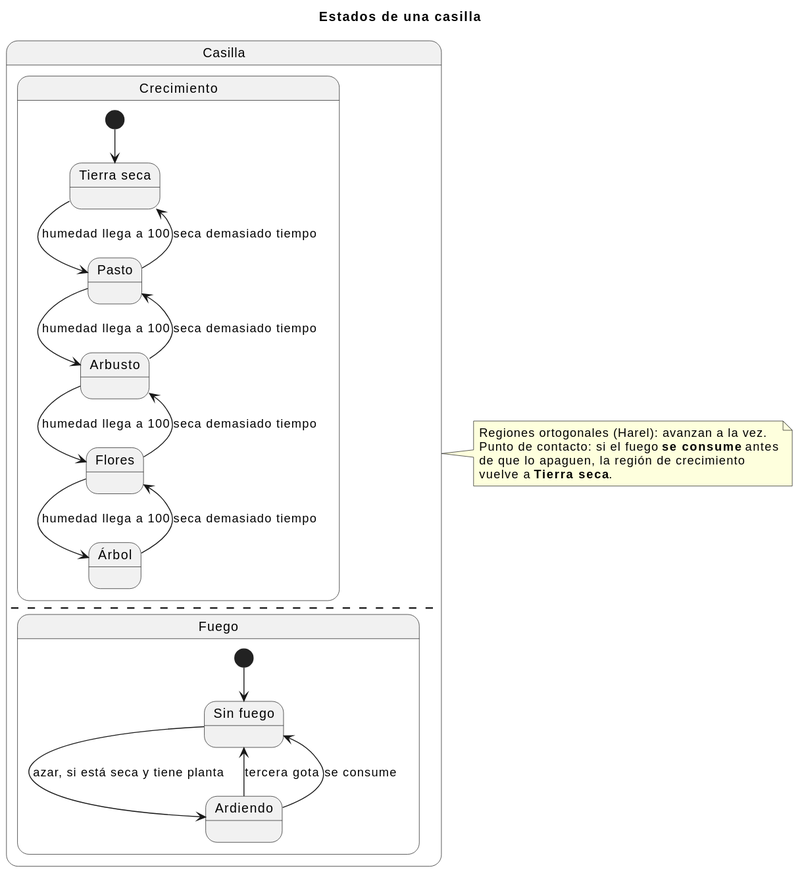
This is docs/diagrams/05-estados-casilla.svg from iadev2005/hydrovalley, a PlantUML export, as it was before one commit. The source it was exported from:
```plantuml
@startuml
title Estados de una casilla

state Casilla {
  state "Crecimiento" as Crecimiento {
    state "Tierra seca" as Seca
    state "Pasto" as Pasto
    state "Arbusto" as Arbusto
    state "Flores" as Flores
    state "Árbol" as Arbol

    [*] --> Seca
    Seca --> Pasto : humedad llega a 100
    Pasto --> Arbusto : humedad llega a 100
    Arbusto --> Flores : humedad llega a 100
    Flores --> Arbol : humedad llega a 100
    Arbol --> Flores : seca demasiado tiempo
    Flores --> Arbusto : seca demasiado tiempo
    Arbusto --> Pasto : seca demasiado tiempo
    Pasto --> Seca : seca demasiado tiempo
  }
  --
  state "Fuego" as Fuego {
    state "Sin fuego" as SinFuego
    state "Ardiendo" as Ardiendo

    [*] --> SinFuego
    SinFuego --> Ardiendo : azar, si está seca y tiene planta
    Ardiendo --> SinFuego : tercera gota
    Ardiendo --> SinFuego : se consume
  }
}

note right of Casilla
  Regiones ortogonales (Harel): avanzan a la vez.
  Punto de contacto: si el fuego <b>se consume</b> antes
  de que lo apaguen, la región de crecimiento
  vuelve a <b>Tierra seca</b>.
end note
@enduml
```
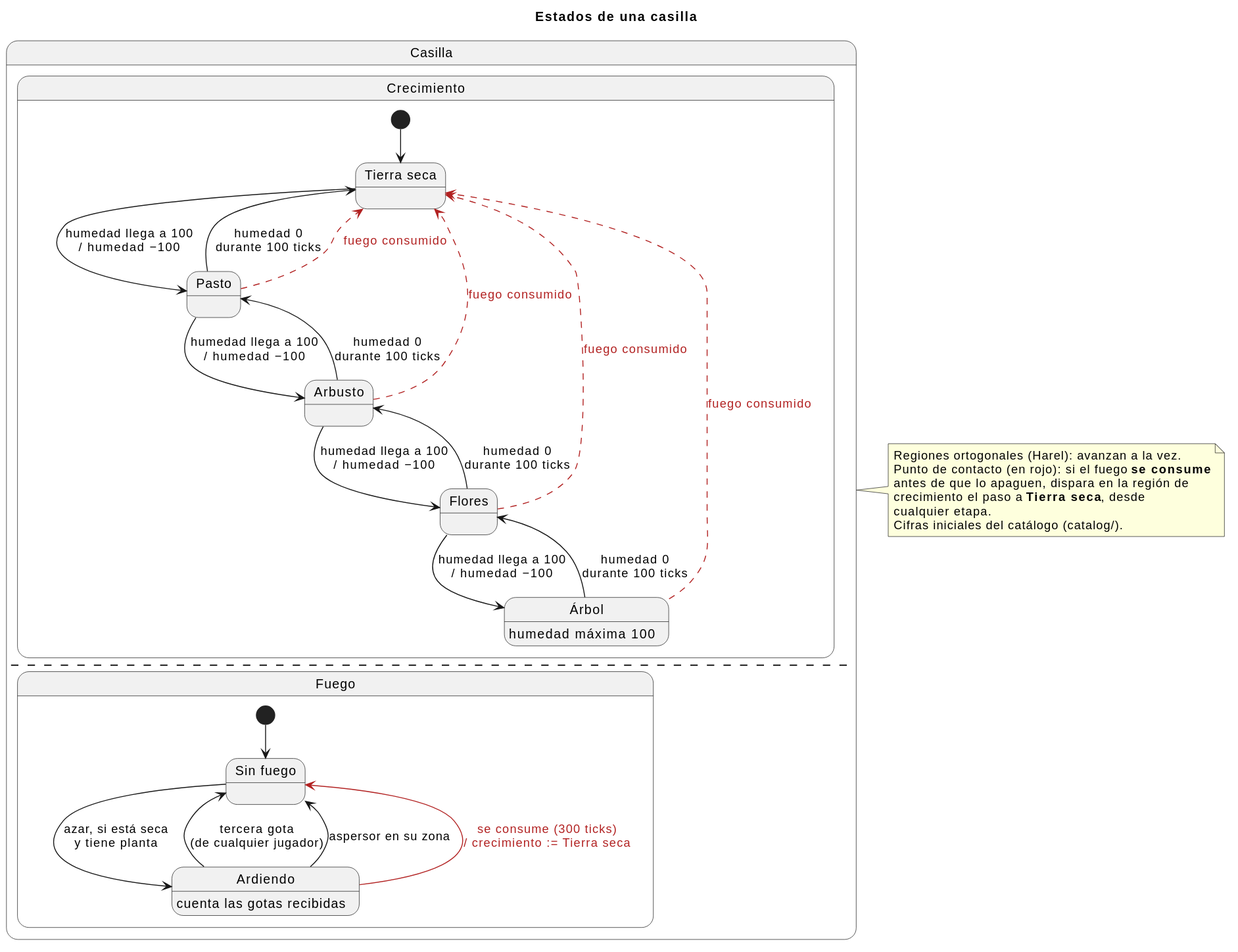
The same diagram one commit later.

Change to the diagram source:
```diff
@@ -8,33 +8,42 @@
     state "Arbusto" as Arbusto
     state "Flores" as Flores
     state "Árbol" as Arbol
+    Arbol : humedad máxima 100
 
     [*] --> Seca
-    Seca --> Pasto : humedad llega a 100
-    Pasto --> Arbusto : humedad llega a 100
-    Arbusto --> Flores : humedad llega a 100
-    Flores --> Arbol : humedad llega a 100
-    Arbol --> Flores : seca demasiado tiempo
-    Flores --> Arbusto : seca demasiado tiempo
-    Arbusto --> Pasto : seca demasiado tiempo
-    Pasto --> Seca : seca demasiado tiempo
+    Seca --> Pasto : humedad llega a 100\n/ humedad −100
+    Pasto --> Arbusto : humedad llega a 100\n/ humedad −100
+    Arbusto --> Flores : humedad llega a 100\n/ humedad −100
+    Flores --> Arbol : humedad llega a 100\n/ humedad −100
+    Arbol --> Flores : humedad 0\ndurante 100 ticks
+    Flores --> Arbusto : humedad 0\ndurante 100 ticks
+    Arbusto --> Pasto : humedad 0\ndurante 100 ticks
+    Pasto --> Seca : humedad 0\ndurante 100 ticks
+    Pasto -[#B22222,dashed]-> Seca : <color:#B22222>fuego consumido</color>
+    Arbusto -[#B22222,dashed]-> Seca : <color:#B22222>fuego consumido</color>
+    Flores -[#B22222,dashed]-> Seca : <color:#B22222>fuego consumido</color>
+    Arbol -[#B22222,dashed]-> Seca : <color:#B22222>fuego consumido</color>
   }
   --
   state "Fuego" as Fuego {
     state "Sin fuego" as SinFuego
     state "Ardiendo" as Ardiendo
+    Ardiendo : cuenta las gotas recibidas
 
     [*] --> SinFuego
-    SinFuego --> Ardiendo : azar, si está seca y tiene planta
-    Ardiendo --> SinFuego : tercera gota
-    Ardiendo --> SinFuego : se consume
+    SinFuego --> Ardiendo : azar, si está seca\ny tiene planta
+    Ardiendo --> SinFuego : tercera gota\n(de cualquier jugador)
+    Ardiendo --> SinFuego : aspersor en su zona
+    Ardiendo -[#B22222]-> SinFuego : <color:#B22222>se consume (300 ticks)</color>\n<color:#B22222>/ crecimiento := Tierra seca</color>
   }
 }
 
 note right of Casilla
   Regiones ortogonales (Harel): avanzan a la vez.
-  Punto de contacto: si el fuego <b>se consume</b> antes
-  de que lo apaguen, la región de crecimiento
-  vuelve a <b>Tierra seca</b>.
+  Punto de contacto (en rojo): si el fuego <b>se consume</b>
+  antes de que lo apaguen, dispara en la región de
+  crecimiento el paso a <b>Tierra seca</b>, desde
+  cualquier etapa.
+  Cifras iniciales del catálogo (catalog/).
 end note
 @enduml
```
